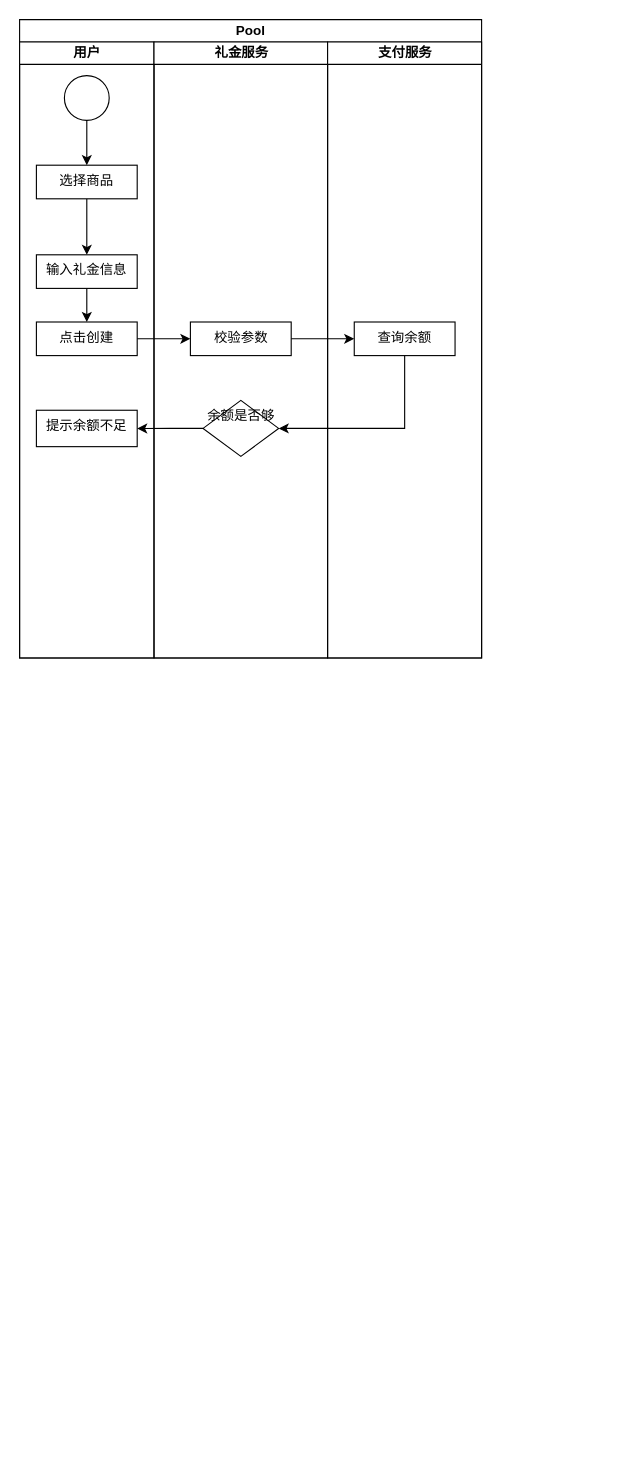
Before: miyuan/礼金创建流程.drawio in smallleaf/draw.io, a draw.io diagram. Source tidied: cells renumbered, new cells numbered last; positions are measured from the earlier drawing's top-left corner, leaving out a move shared by most shapes. Both pictures are drawn from the tidied source at 112%, with x=0, y=0 at pixel (19, 19).
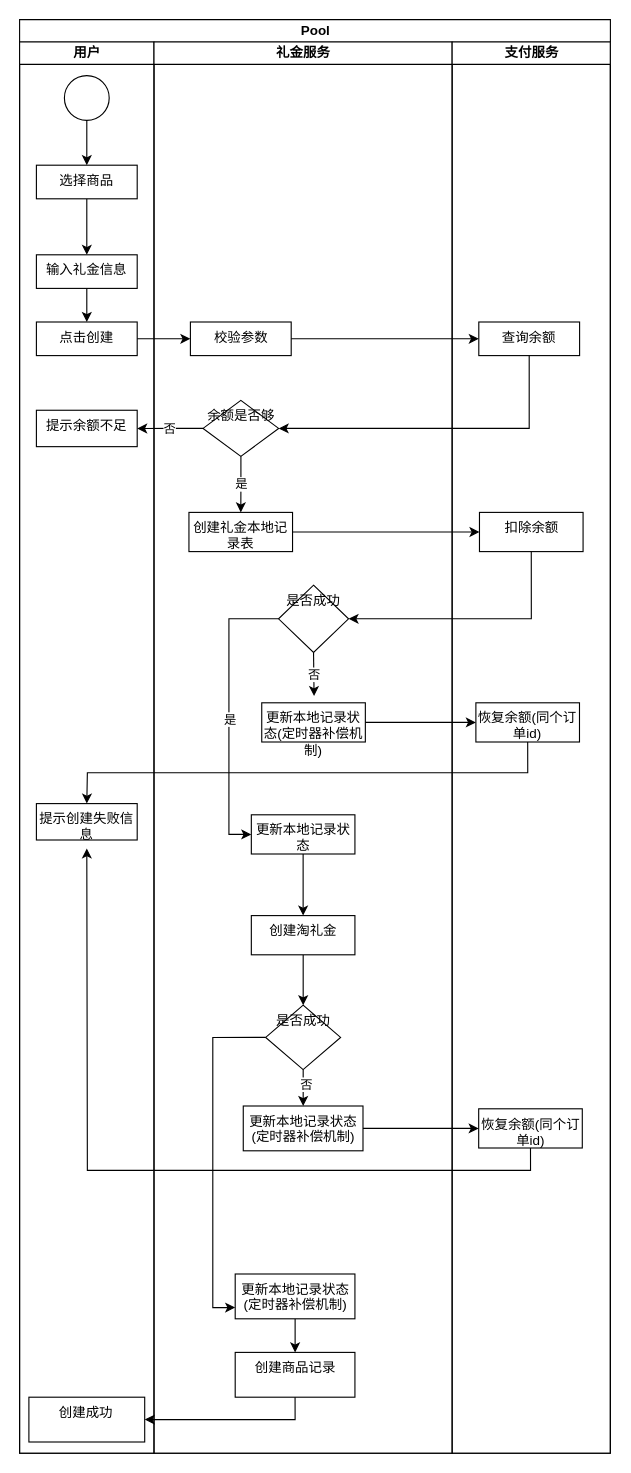
Above is the later version.

Commit message (it also covers changes not shown here):
更新礼金创建流程.drawio

Unchanged cells that the change refers to:
```xml
<mxCell id="14" value="余额是否够" style="rhombus;whiteSpace=wrap;html=1;verticalAlign=top;" parent="12" vertex="1">
  <mxGeometry x="43.8" y="320" width="67.5" height="50" as="geometry" />
</mxCell>
<mxCell id="20" style="edgeStyle=orthogonalEdgeStyle;rounded=0;jettySize=auto;html=1;" parent="2" edge="1" source="14" target="11">
  <mxGeometry relative="1" as="geometry" />
</mxCell>
```

The edit, as a diff of the source:
```diff
@@
     <mxCell id="2" value="Pool" style="swimlane;startSize=20;html=1;" parent="1" vertex="1">
-      <mxGeometry width="412.5" height="570" as="geometry" />
+      <mxGeometry width="527.5" height="1280" as="geometry" />
     </mxCell>
     <mxCell id="3" value="用户" style="swimlane;startSize=20;html=1;" parent="2" vertex="1">
-      <mxGeometry y="20" width="120" height="550" as="geometry" />
+      <mxGeometry y="20" width="120" height="1260" as="geometry" />
     </mxCell>
@@
+    <mxCell id="21" value="提示创建失败信息" style="whiteSpace=wrap;html=1;verticalAlign=top;" parent="3" vertex="1">
+      <mxGeometry x="15" y="680" width="90" height="32.5" as="geometry" />
+    </mxCell>
+    <mxCell id="22" value="创建成功" style="whiteSpace=wrap;html=1;verticalAlign=top;" parent="3" vertex="1">
+      <mxGeometry x="8.3" y="1210" width="103.4" height="40" as="geometry" />
+    </mxCell>
     <mxCell id="12" value="礼金服务" style="swimlane;startSize=20;html=1;" parent="2" vertex="1">
-      <mxGeometry x="120" y="20" width="155" height="550" as="geometry" />
+      <mxGeometry x="120" y="20" width="266.2" height="1260" as="geometry" />
     </mxCell>
@@
+    <mxCell id="23" value="是" style="edgeStyle=orthogonalEdgeStyle;rounded=0;jettySize=auto;html=1;" parent="12" edge="1" source="14" target="24">
+      <mxGeometry relative="1" as="geometry" />
+    </mxCell>
@@
+    <mxCell id="24" value="创建礼金本地记录表" style="whiteSpace=wrap;html=1;verticalAlign=top;" parent="12" vertex="1">
+      <mxGeometry x="31.2" y="420" width="92.5" height="35" as="geometry" />
+    </mxCell>
+    <mxCell id="25" style="edgeStyle=orthogonalEdgeStyle;rounded=0;jettySize=auto;html=1;exitX=0;exitY=0.5;exitDx=0;exitDy=0;entryX=0;entryY=0.5;entryDx=0;entryDy=0;" parent="12" edge="1" source="27" target="31">
+      <mxGeometry relative="1" as="geometry" />
+    </mxCell>
+    <mxCell id="26" value="是" style="edgeLabel;html=1;align=center;verticalAlign=middle;" parent="25" vertex="1">
+      <mxGeometry x="0.04" y="1" relative="1" as="geometry" />
+    </mxCell>
+    <mxCell id="27" value="是否成功" style="rhombus;whiteSpace=wrap;html=1;verticalAlign=top;" parent="12" vertex="1">
+      <mxGeometry x="111.2" y="485" width="62.5" height="60" as="geometry" />
+    </mxCell>
+    <mxCell id="28" value="更新本地记录状态(定时器补偿机制)" style="whiteSpace=wrap;html=1;verticalAlign=top;" parent="12" vertex="1">
+      <mxGeometry x="96.2" y="590" width="92.5" height="35" as="geometry" />
+    </mxCell>
+    <mxCell id="29" value="否" style="edgeStyle=orthogonalEdgeStyle;rounded=0;jettySize=auto;html=1;exitX=0.5;exitY=1;exitDx=0;exitDy=0;entryX=0.505;entryY=-0.171;entryDx=0;entryDy=0;entryPerimeter=0;" parent="12" edge="1" source="27" target="28">
+      <mxGeometry relative="1" as="geometry" />
+    </mxCell>
+    <mxCell id="30" style="edgeStyle=orthogonalEdgeStyle;rounded=0;jettySize=auto;html=1;" parent="12" edge="1" source="31" target="33">
+      <mxGeometry relative="1" as="geometry" />
+    </mxCell>
+    <mxCell id="31" value="更新本地记录状态" style="whiteSpace=wrap;html=1;verticalAlign=top;" parent="12" vertex="1">
+      <mxGeometry x="86.9" y="690" width="92.5" height="35" as="geometry" />
+    </mxCell>
+    <mxCell id="32" style="edgeStyle=orthogonalEdgeStyle;rounded=0;jettySize=auto;html=1;" parent="12" edge="1" source="33" target="37">
+      <mxGeometry relative="1" as="geometry" />
+    </mxCell>
+    <mxCell id="33" value="创建淘礼金" style="whiteSpace=wrap;html=1;verticalAlign=top;" parent="12" vertex="1">
+      <mxGeometry x="86.9" y="780" width="92.5" height="35" as="geometry" />
+    </mxCell>
+    <mxCell id="34" style="edgeStyle=orthogonalEdgeStyle;rounded=0;jettySize=auto;html=1;" parent="12" edge="1" source="37" target="38">
+      <mxGeometry relative="1" as="geometry" />
+    </mxCell>
+    <mxCell id="35" value="否" style="edgeLabel;html=1;align=center;verticalAlign=middle;" parent="34" vertex="1">
+      <mxGeometry x="0.12" y="-2" relative="1" as="geometry" />
+    </mxCell>
+    <mxCell id="36" style="edgeStyle=orthogonalEdgeStyle;rounded=0;jettySize=auto;html=1;exitX=0;exitY=0.5;exitDx=0;exitDy=0;entryX=0;entryY=0.75;entryDx=0;entryDy=0;" parent="12" edge="1" source="37" target="40">
+      <mxGeometry relative="1" as="geometry" />
+    </mxCell>
+    <mxCell id="37" value="是否成功" style="rhombus;whiteSpace=wrap;html=1;verticalAlign=top;" parent="12" vertex="1">
+      <mxGeometry x="99.7" y="860" width="66.9" height="57.5" as="geometry" />
+    </mxCell>
+    <mxCell id="38" value="更新本地记录状态(定时器补偿机制)" style="whiteSpace=wrap;html=1;verticalAlign=top;" parent="12" vertex="1">
+      <mxGeometry x="79.7" y="950" width="106.9" height="40" as="geometry" />
+    </mxCell>
+    <mxCell id="39" style="edgeStyle=orthogonalEdgeStyle;rounded=0;jettySize=auto;html=1;" parent="12" edge="1" source="40" target="41">
+      <mxGeometry relative="1" as="geometry" />
+    </mxCell>
+    <mxCell id="40" value="更新本地记录状态(定时器补偿机制)" style="whiteSpace=wrap;html=1;verticalAlign=top;" parent="12" vertex="1">
+      <mxGeometry x="72.5" y="1100" width="106.9" height="40" as="geometry" />
+    </mxCell>
+    <mxCell id="41" value="创建商品记录" style="whiteSpace=wrap;html=1;verticalAlign=top;" parent="12" vertex="1">
+      <mxGeometry x="72.5" y="1170" width="106.9" height="40" as="geometry" />
+    </mxCell>
     <mxCell id="15" value="支付服务" style="swimlane;startSize=20;html=1;" parent="2" vertex="1">
-      <mxGeometry x="275" y="20" width="137.5" height="550" as="geometry" />
+      <mxGeometry x="386.2" y="20" width="141.2" height="1260" as="geometry" />
     </mxCell>
@@
+    <mxCell id="42" value="扣除余额" style="whiteSpace=wrap;html=1;verticalAlign=top;" parent="15" vertex="1">
+      <mxGeometry x="24.4" y="420" width="92.5" height="35" as="geometry" />
+    </mxCell>
+    <mxCell id="43" style="edgeStyle=orthogonalEdgeStyle;rounded=0;jettySize=auto;html=1;exitX=0.5;exitY=1;exitDx=0;exitDy=0;" parent="15" edge="1" source="44">
+      <mxGeometry relative="1" as="geometry">
+        <mxPoint x="-326.2" y="680" as="targetPoint" />
+      </mxGeometry>
+    </mxCell>
+    <mxCell id="44" value="恢复余额(同个订单id)" style="whiteSpace=wrap;html=1;verticalAlign=top;" parent="15" vertex="1">
+      <mxGeometry x="21.2" y="590" width="92.5" height="35" as="geometry" />
+    </mxCell>
+    <mxCell id="45" style="edgeStyle=orthogonalEdgeStyle;rounded=0;jettySize=auto;html=1;exitX=0.5;exitY=1;exitDx=0;exitDy=0;" parent="15" edge="1" source="46">
+      <mxGeometry relative="1" as="geometry">
+        <mxPoint x="-326.2" y="720" as="targetPoint" />
+      </mxGeometry>
+    </mxCell>
+    <mxCell id="46" value="恢复余额(同个订单id)" style="whiteSpace=wrap;html=1;verticalAlign=top;" parent="15" vertex="1">
+      <mxGeometry x="23.7" y="952.5" width="92.5" height="35" as="geometry" />
+    </mxCell>
@@
+    <mxCell id="47" value="否" style="edgeLabel;html=1;align=center;verticalAlign=middle;" parent="20" vertex="1">
+      <mxGeometry x="0.01" relative="1" as="geometry" />
+    </mxCell>
+    <mxCell id="48" style="edgeStyle=orthogonalEdgeStyle;rounded=0;jettySize=auto;html=1;" parent="2" edge="1" source="24" target="42">
+      <mxGeometry relative="1" as="geometry" />
+    </mxCell>
+    <mxCell id="49" style="edgeStyle=orthogonalEdgeStyle;rounded=0;jettySize=auto;html=1;exitX=0.5;exitY=1;exitDx=0;exitDy=0;entryX=1;entryY=0.5;entryDx=0;entryDy=0;" parent="2" edge="1" source="42" target="27">
+      <mxGeometry relative="1" as="geometry" />
+    </mxCell>
+    <mxCell id="50" style="edgeStyle=orthogonalEdgeStyle;rounded=0;jettySize=auto;html=1;exitX=1;exitY=0.5;exitDx=0;exitDy=0;entryX=0;entryY=0.5;entryDx=0;entryDy=0;" parent="2" edge="1" source="28" target="44">
+      <mxGeometry relative="1" as="geometry" />
+    </mxCell>
+    <mxCell id="51" style="edgeStyle=orthogonalEdgeStyle;rounded=0;jettySize=auto;html=1;exitX=1;exitY=0.5;exitDx=0;exitDy=0;" parent="2" edge="1" source="38" target="46">
+      <mxGeometry relative="1" as="geometry" />
+    </mxCell>
+    <mxCell id="52" style="edgeStyle=orthogonalEdgeStyle;rounded=0;jettySize=auto;html=1;exitX=0.5;exitY=1;exitDx=0;exitDy=0;entryX=1;entryY=0.5;entryDx=0;entryDy=0;" parent="2" edge="1" source="41" target="22">
+      <mxGeometry relative="1" as="geometry" />
+    </mxCell>
```
